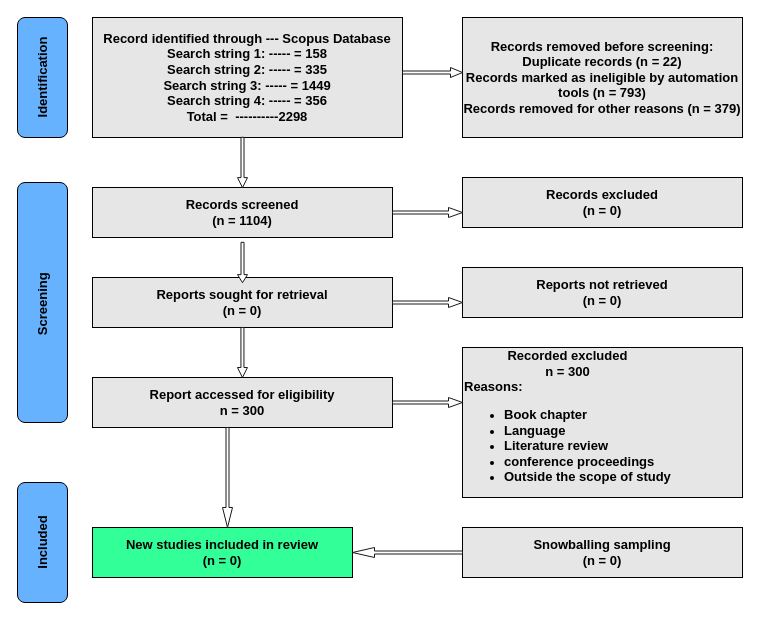
This is flow.drawio from yemioke/PRISMA2020, a draw.io file, before an edit. Source tidied: cells renumbered, new cells numbered last; positions are measured from the earlier drawing's top-left corner, leaving out a move shared by most shapes. Both pictures are drawn from the tidied source at 100%, with x=0, y=0 at pixel (-78, 17).
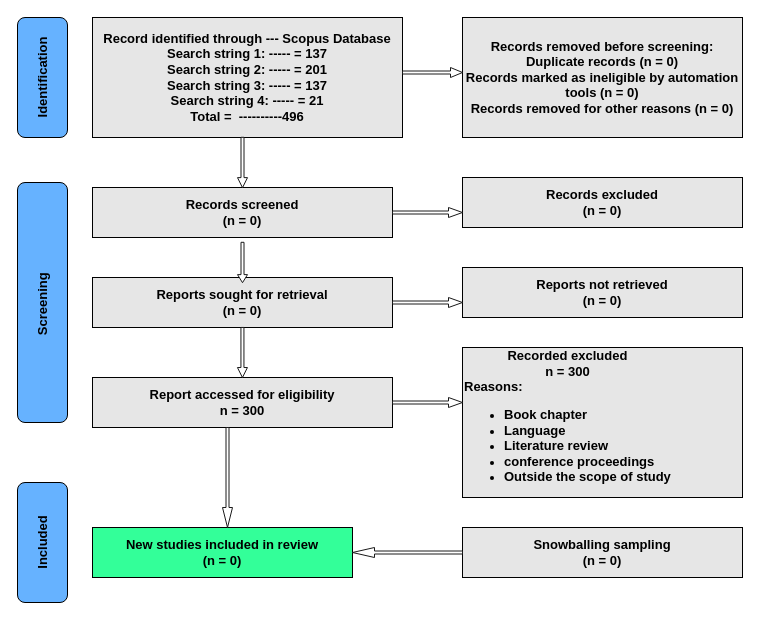
The same diagram, later.

What changed in the source:
```diff
@@
-    <mxCell id="2" value="&lt;font style=&quot;font-size: 13px;&quot;&gt;&lt;b&gt;Record identified through --- Scopus Database&lt;/b&gt;&lt;/font&gt;&lt;div&gt;&lt;font style=&quot;font-size: 13px;&quot;&gt;&lt;b&gt;Search string 1: ----- = 158&lt;/b&gt;&lt;/font&gt;&lt;/div&gt;&lt;div&gt;&lt;font style=&quot;font-size: 13px;&quot;&gt;&lt;b&gt;Search string 2: ----- = 335&lt;/b&gt;&lt;/font&gt;&lt;/div&gt;&lt;div&gt;&lt;span style=&quot;font-size: 13px; background-color: initial;&quot;&gt;&lt;b&gt;Search string 3: ----- = 1449&lt;/b&gt;&lt;/span&gt;&lt;/div&gt;&lt;div&gt;&lt;span style=&quot;font-size: 13px; background-color: initial;&quot;&gt;&lt;b&gt;Search string 4: ----- = 356&lt;/b&gt;&lt;/span&gt;&lt;/div&gt;&lt;div&gt;&lt;font style=&quot;font-size: 13px;&quot;&gt;&lt;b&gt;Total =&amp;nbsp; ----------2298&lt;/b&gt;&lt;/font&gt;&lt;/div&gt;" style="rounded=0;whiteSpace=wrap;html=1;fillColor=#E6E6E6;" parent="1" vertex="1">
+    <mxCell id="2" value="&lt;font style=&quot;font-size: 13px;&quot;&gt;&lt;b&gt;Record identified through --- Scopus Database&lt;/b&gt;&lt;/font&gt;&lt;div&gt;&lt;font style=&quot;font-size: 13px;&quot;&gt;&lt;b&gt;Search string 1: ----- = 137&lt;/b&gt;&lt;/font&gt;&lt;/div&gt;&lt;div&gt;&lt;font style=&quot;font-size: 13px;&quot;&gt;&lt;b&gt;Search string 2: ----- = 201&lt;/b&gt;&lt;/font&gt;&lt;/div&gt;&lt;div&gt;&lt;span style=&quot;font-size: 13px; background-color: initial;&quot;&gt;&lt;b&gt;Search string 3: ----- = 137&lt;/b&gt;&lt;/span&gt;&lt;/div&gt;&lt;div&gt;&lt;span style=&quot;font-size: 13px; background-color: initial;&quot;&gt;&lt;b&gt;Search string 4: ----- = 21&lt;/b&gt;&lt;/span&gt;&lt;/div&gt;&lt;div&gt;&lt;font style=&quot;font-size: 13px;&quot;&gt;&lt;b&gt;Total =&amp;nbsp; ----------496&lt;/b&gt;&lt;/font&gt;&lt;/div&gt;" style="rounded=0;whiteSpace=wrap;html=1;fillColor=#E6E6E6;" parent="1" vertex="1">
       <mxGeometry x="170" width="310" height="120" as="geometry" />
     </mxCell>
-    <mxCell id="3" value="&lt;div&gt;&lt;span style=&quot;font-size: 13px;&quot;&gt;&lt;b&gt;Records screened&lt;/b&gt;&lt;/span&gt;&lt;/div&gt;&lt;div&gt;&lt;span style=&quot;font-size: 13px;&quot;&gt;&lt;b&gt;(n = 1104)&lt;/b&gt;&lt;/span&gt;&lt;/div&gt;" style="rounded=0;whiteSpace=wrap;html=1;fillColor=#E6E6E6;" parent="1" vertex="1">
+    <mxCell id="3" value="&lt;div&gt;&lt;span style=&quot;font-size: 13px;&quot;&gt;&lt;b&gt;Records screened&lt;/b&gt;&lt;/span&gt;&lt;/div&gt;&lt;div&gt;&lt;span style=&quot;font-size: 13px;&quot;&gt;&lt;b&gt;(n = 0)&lt;/b&gt;&lt;/span&gt;&lt;/div&gt;" style="rounded=0;whiteSpace=wrap;html=1;fillColor=#E6E6E6;" parent="1" vertex="1">
       <mxGeometry x="170" y="170" width="300" height="50" as="geometry" />
     </mxCell>
@@
-    <mxCell id="10" value="&lt;div&gt;&lt;font style=&quot;font-size: 13px;&quot;&gt;&lt;b&gt;Records removed before screening:&lt;/b&gt;&lt;/font&gt;&lt;/div&gt;&lt;div&gt;&lt;font style=&quot;font-size: 13px;&quot;&gt;&lt;b&gt;Duplicate records (n = 22)&lt;/b&gt;&lt;/font&gt;&lt;/div&gt;&lt;div&gt;&lt;font style=&quot;font-size: 13px;&quot;&gt;&lt;b&gt;Records marked as ineligible by automation&lt;/b&gt;&lt;/font&gt;&lt;/div&gt;&lt;div&gt;&lt;font style=&quot;font-size: 13px;&quot;&gt;&lt;b&gt;tools (n = 793)&lt;/b&gt;&lt;/font&gt;&lt;/div&gt;&lt;div&gt;&lt;font style=&quot;font-size: 13px;&quot;&gt;&lt;b&gt;Records removed for other reasons (n = 379)&lt;/b&gt;&lt;/font&gt;&lt;/div&gt;" style="rounded=0;whiteSpace=wrap;html=1;fillColor=#E6E6E6;" parent="1" vertex="1">
+    <mxCell id="10" value="&lt;div&gt;&lt;font style=&quot;font-size: 13px;&quot;&gt;&lt;b&gt;Records removed before screening:&lt;/b&gt;&lt;/font&gt;&lt;/div&gt;&lt;div&gt;&lt;font style=&quot;font-size: 13px;&quot;&gt;&lt;b&gt;Duplicate records (n = 0)&lt;/b&gt;&lt;/font&gt;&lt;/div&gt;&lt;div&gt;&lt;font style=&quot;font-size: 13px;&quot;&gt;&lt;b&gt;Records marked as ineligible by automation&lt;/b&gt;&lt;/font&gt;&lt;/div&gt;&lt;div&gt;&lt;font style=&quot;font-size: 13px;&quot;&gt;&lt;b&gt;tools (n = 0)&lt;/b&gt;&lt;/font&gt;&lt;/div&gt;&lt;div&gt;&lt;font style=&quot;font-size: 13px;&quot;&gt;&lt;b&gt;Records removed for other reasons (n = 0)&lt;/b&gt;&lt;/font&gt;&lt;/div&gt;" style="rounded=0;whiteSpace=wrap;html=1;fillColor=#E6E6E6;" parent="1" vertex="1">
       <mxGeometry x="540" width="280" height="120" as="geometry" />
     </mxCell>
```
